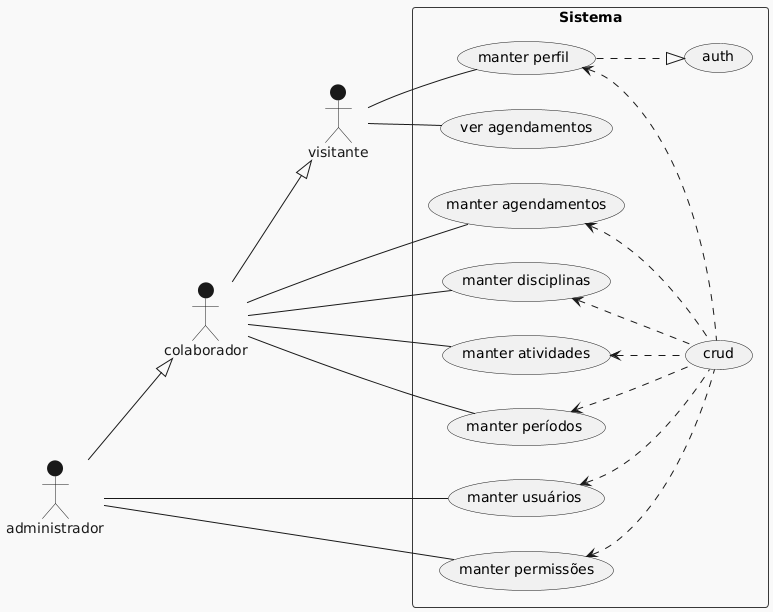
Above: docs/casos-de-uso.png in hctorres02/curso-php (PlantUML), before the change.
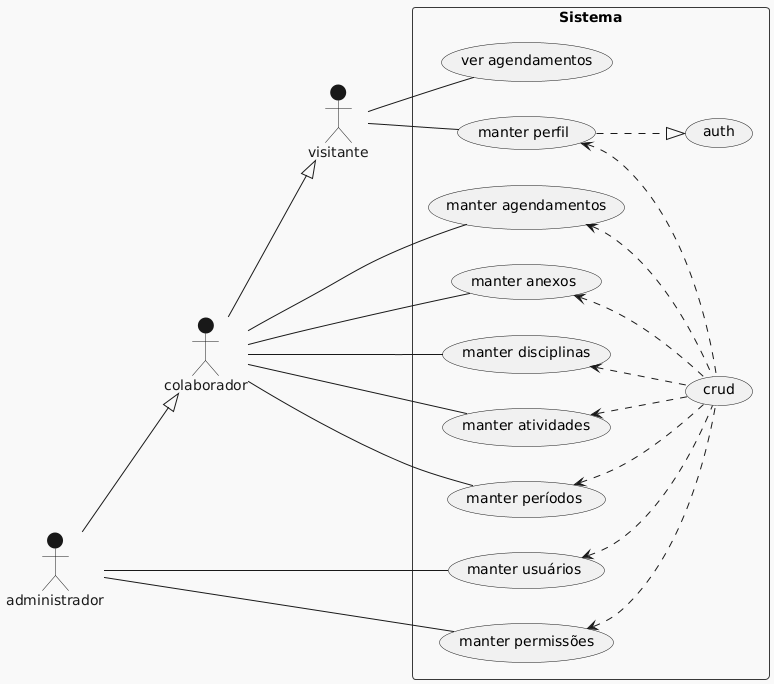
The same diagram one commit later.

Commit message:
Aprimora casos de uso

The edit, as a diff of the source:
```diff
@@ -1,6 +1,5 @@
 @startuml
 !theme mars
-
 left to right direction
 
 actor administrador
@@ -13,6 +12,7 @@
  usecase "ver agendamentos" as ver_agendamentos
  usecase "manter perfil" as manter_perfil
  usecase "manter agendamentos" as manter_agendamentos
+ usecase "manter anexos" as manter_anexos
  usecase "manter disciplinas" as manter_disciplinas
  usecase "manter atividades" as manter_atividades
  usecase "manter períodos" as manter_periodos
@@ -22,6 +22,7 @@
  manter_perfil ..|> auth
  manter_perfil <.. crud
  manter_agendamentos <.. crud
+ manter_anexos <.. crud
  manter_disciplinas <.. crud
  manter_atividades <.. crud
  manter_periodos <.. crud
@@ -34,11 +35,12 @@
 
 colaborador --|> visitante
 colaborador -- manter_agendamentos
+colaborador -- manter_anexos
 colaborador -- manter_disciplinas
 colaborador -- manter_atividades
 colaborador -- manter_periodos
 
 administrador --|> colaborador
+administrador -- manter_permissoes
 administrador -- manter_usuarios
-administrador -- manter_permissoes
 @enduml
```
